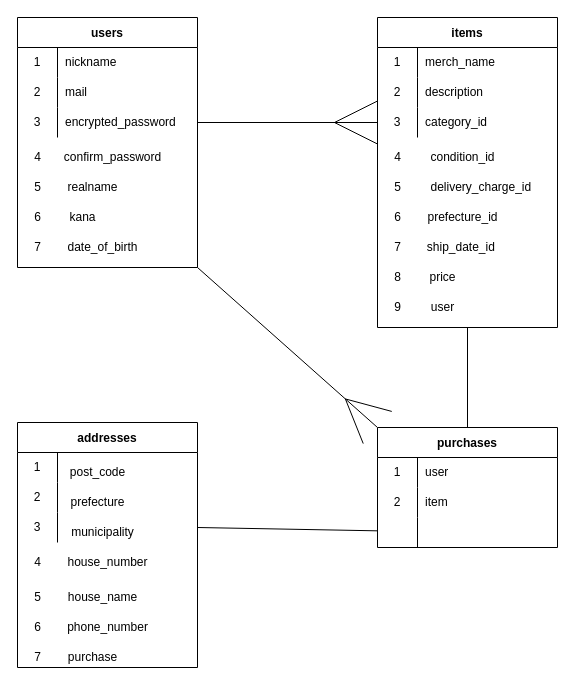
ngs0908/furima-39500 keeps this draw.io diagram as er.dio. Above is the earlier version. Source tidied: cells renumbered, new cells numbered last; positions are measured from the earlier drawing's top-left corner, leaving out a move shared by most shapes. Both pictures are drawn from the tidied source at 100%, with x=0, y=0 at pixel (17, 17).
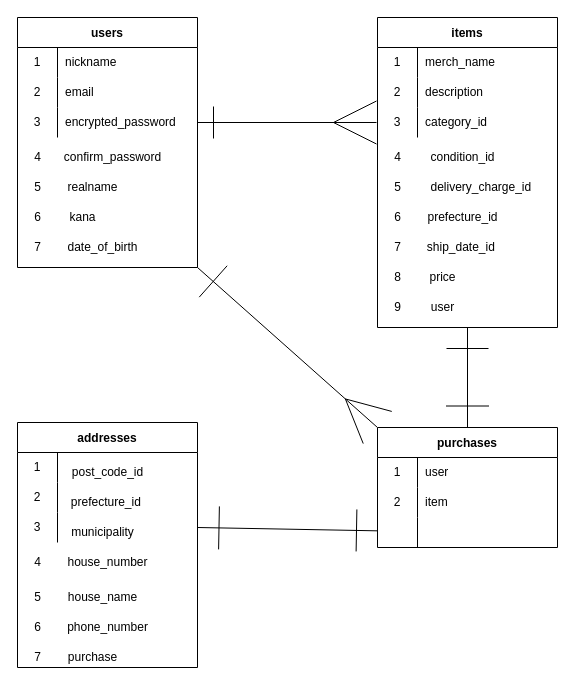
After the change.

Commit message (it also covers changes not shown here):
RE図とreadmeの記述【修正②】

Unchanged cells that the change refers to:
```xml
<mxCell id="3" value="users" style="shape=table;startSize=30;childLayout=tableLayout;rowLines=0;fontStyle=1;" parent="1" vertex="1">
  <mxGeometry width="180" height="250" as="geometry" />
</mxCell>
<mxCell id="7" style="shape=tableRow;horizontal=0;startSize=0;swimlaneHead=0;swimlaneBody=0;top=0;left=0;bottom=0;right=0;fillColor=none;" parent="3" vertex="1">
  <mxGeometry y="60" width="180" height="30" as="geometry" />
</mxCell>
<mxCell id="10" style="shape=tableRow;horizontal=0;startSize=0;swimlaneHead=0;swimlaneBody=0;top=0;left=0;bottom=0;right=0;fillColor=none;points=[[0,0.5],[1,0.5]];portConstraint=eastwest;" parent="3" vertex="1">
  <mxGeometry y="90" width="180" height="30" as="geometry" />
</mxCell>
<mxCell id="14" value="items" style="shape=table;startSize=30;childLayout=tableLayout;rowLines=0;fontStyle=1;" parent="1" vertex="1">
  <mxGeometry x="360" width="180" height="310" as="geometry" />
</mxCell>
<mxCell id="21" style="shape=tableRow;horizontal=0;startSize=0;swimlaneHead=0;swimlaneBody=0;top=0;left=0;bottom=0;right=0;fillColor=none;points=[[0,0.5],[1,0.5]];portConstraint=eastwest;" parent="14" vertex="1">
  <mxGeometry y="90" width="180" height="30" as="geometry" />
</mxCell>
<mxCell id="25" value="purchases" style="shape=table;startSize=30;childLayout=tableLayout;rowLines=0;fontStyle=1;" parent="1" vertex="1">
  <mxGeometry x="360" y="410" width="180" height="120" as="geometry" />
</mxCell>
<mxCell id="32" style="shape=tableRow;horizontal=0;startSize=0;swimlaneHead=0;swimlaneBody=0;top=0;left=0;bottom=0;right=0;fillColor=none;points=[[0,0.5],[1,0.5]];portConstraint=eastwest;" parent="25" vertex="1">
  <mxGeometry y="90" width="180" height="30" as="geometry" />
</mxCell>
<mxCell id="42" style="shape=tableRow;horizontal=0;startSize=0;swimlaneHead=0;swimlaneBody=0;top=0;left=0;bottom=0;right=0;fillColor=none;points=[[0,0.5],[1,0.5]];portConstraint=eastwest;" parent="35" vertex="1">
  <mxGeometry y="90" width="180" height="30" as="geometry" />
</mxCell>
```

What changed in the source:
```diff
@@
-    <mxCell id="2" style="edgeStyle=none;html=1;exitX=1;exitY=1;exitDx=0;exitDy=0;entryX=0;entryY=0;entryDx=0;entryDy=0;strokeWidth=1;startArrow=none;startFill=0;endArrow=ERmany;endFill=0;startSize=40;endSize=41;" parent="1" edge="1" source="3" target="25">
+    <mxCell id="2" style="edgeStyle=none;html=1;exitX=1;exitY=1;exitDx=0;exitDy=0;entryX=0;entryY=0;entryDx=0;entryDy=0;strokeWidth=1;startArrow=ERone;startFill=0;endArrow=ERmany;endFill=0;startSize=40;endSize=41;" parent="1" edge="1" source="3" target="25">
       <mxGeometry relative="1" as="geometry" />
     </mxCell>
@@
-    <mxCell id="9" value="mail" style="shape=partialRectangle;html=1;whiteSpace=wrap;fillColor=none;top=0;left=0;bottom=0;right=0;align=left;spacingLeft=6;overflow=hidden;" parent="7" vertex="1">
+    <mxCell id="9" value="email" style="shape=partialRectangle;html=1;whiteSpace=wrap;fillColor=none;top=0;left=0;bottom=0;right=0;align=left;spacingLeft=6;overflow=hidden;" parent="7" vertex="1">
       <mxGeometry x="40" width="140" height="30" as="geometry" />
     </mxCell>
@@
-    <mxCell id="13" style="edgeStyle=none;html=1;exitX=0.5;exitY=1;exitDx=0;exitDy=0;entryX=0.5;entryY=0;entryDx=0;entryDy=0;strokeWidth=1;startArrow=none;startFill=0;endArrow=none;endFill=0;endSize=41;" parent="1" edge="1" source="14" target="25">
+    <mxCell id="13" style="edgeStyle=none;html=1;exitX=0.5;exitY=1;exitDx=0;exitDy=0;entryX=0.5;entryY=0;entryDx=0;entryDy=0;strokeWidth=1;startArrow=ERone;startFill=0;endArrow=ERone;endFill=0;endSize=41;startSize=40;" parent="1" edge="1" source="14" target="25">
       <mxGeometry relative="1" as="geometry" />
     </mxCell>
@@
-    <mxCell id="24" style="edgeStyle=none;html=1;exitX=1;exitY=0.5;exitDx=0;exitDy=0;endArrow=ERmany;endFill=0;strokeWidth=1;endSize=41;" parent="1" edge="1" source="10" target="21">
+    <mxCell id="24" style="edgeStyle=none;html=1;exitX=1;exitY=0.5;exitDx=0;exitDy=0;endArrow=ERmany;endFill=0;strokeWidth=1;endSize=41;startArrow=ERone;startFill=0;sourcePerimeterSpacing=0;targetPerimeterSpacing=1;startSize=30;" parent="1" edge="1" source="10" target="21">
       <mxGeometry relative="1" as="geometry" />
     </mxCell>
@@
-    <mxCell id="66" value="post_code" style="text;html=1;align=center;verticalAlign=middle;strokeColor=none;fillColor=none;" parent="1" vertex="1">
-      <mxGeometry x="40" y="440" width="80" height="30" as="geometry" />
+    <mxCell id="66" value="post_code_id" style="text;html=1;align=center;verticalAlign=middle;strokeColor=none;fillColor=none;" parent="1" vertex="1">
+      <mxGeometry x="45" y="440" width="90" height="30" as="geometry" />
     </mxCell>
-    <mxCell id="67" value="prefecture" style="text;html=1;align=center;verticalAlign=middle;strokeColor=none;fillColor=none;" parent="1" vertex="1">
-      <mxGeometry x="40" y="470" width="80" height="30" as="geometry" />
+    <mxCell id="67" value="prefecture_id&amp;nbsp;" style="text;html=1;align=center;verticalAlign=middle;strokeColor=none;fillColor=none;" parent="1" vertex="1">
+      <mxGeometry x="40" y="470" width="100" height="30" as="geometry" />
     </mxCell>
@@
-    <mxCell id="72" style="edgeStyle=none;html=1;entryX=1;entryY=0.5;entryDx=0;entryDy=0;strokeWidth=1;startArrow=none;startFill=0;endArrow=none;endFill=0;endSize=41;startSize=40;" parent="1" edge="1" source="32" target="42">
+    <mxCell id="72" style="edgeStyle=none;html=1;entryX=1;entryY=0.5;entryDx=0;entryDy=0;strokeWidth=1;startArrow=ERone;startFill=0;endArrow=ERone;endFill=0;endSize=41;startSize=40;" parent="1" edge="1" source="32" target="42">
       <mxGeometry relative="1" as="geometry" />
     </mxCell>
```
